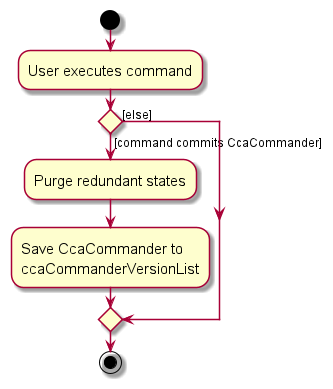
Above: docs/images/CommitActivityDiagram.png in nus-cs2103-AY2324S1/tp (PlantUML), before the change.
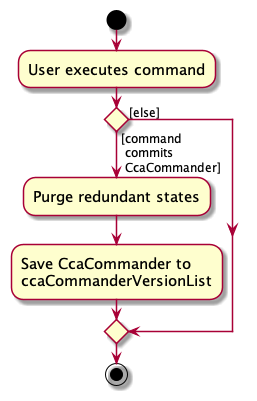
Above is the later version.

Commit message:
Edited CommitActivityDiagram to introduce space

What changed in the source:
```diff
@@ -6,7 +6,7 @@
 :User executes command;
 
 
-if () then ([command commits CcaCommander])
+if () then ([command\n commits\n CcaCommander]\n)
     :Purge redundant states;
     :Save CcaCommander to
     ccaCommanderVersionList;
```
